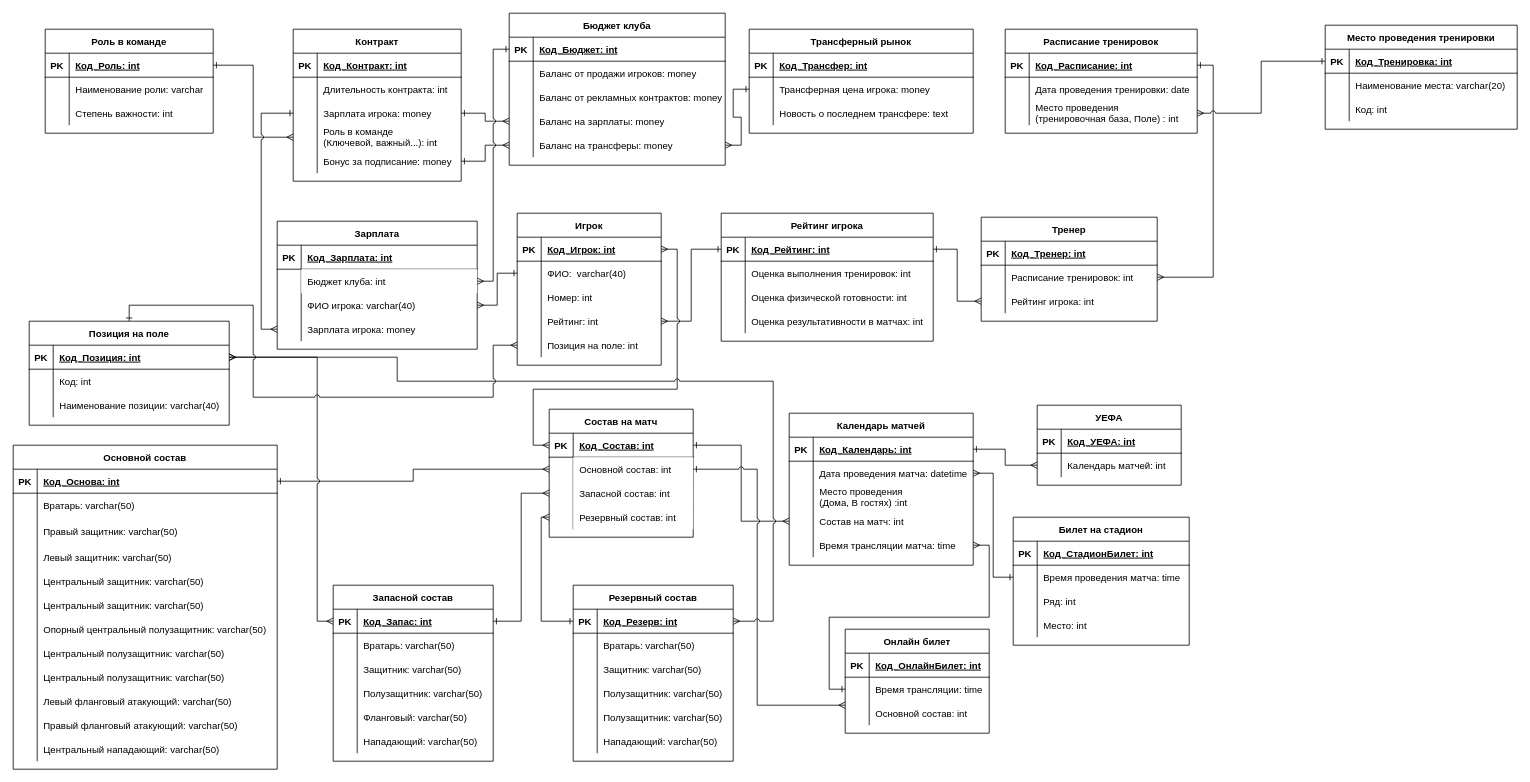
Before: page "Page-1" (1 of 2) of ER Diagramm.drawio in Alexsander996/football, a draw.io diagram. Source tidied: cells renumbered, new cells numbered last; positions are measured from the earlier drawing's top-left corner, leaving out a move shared by most shapes. Both pictures are drawn from the tidied source at 80%, with x=0, y=0 at pixel (13, 13).
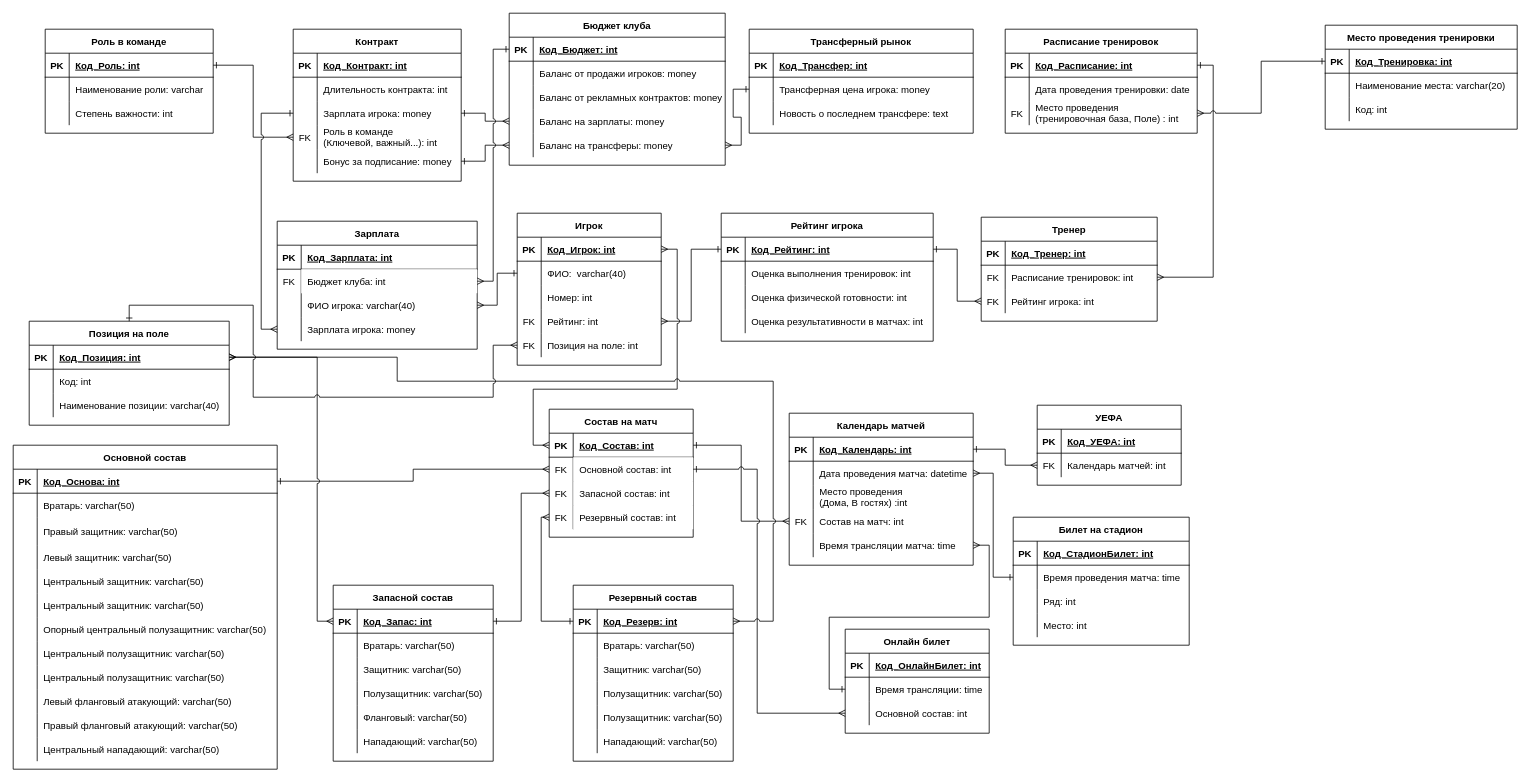
Above is the later version.

Unchanged cells that the change refers to:
```xml
<mxCell id="6" style="shape=partialRectangle;fillColor=none;top=0;left=0;bottom=0;right=0;points=[[0,0.5],[1,0.5]];portConstraint=eastwest;" parent="2" vertex="1">
  <mxGeometry y="60" width="250" height="30" as="geometry" />
</mxCell>
<mxCell id="22" style="shape=partialRectangle;fillColor=none;top=0;left=0;bottom=0;right=0;points=[[0,0.5],[1,0.5]];portConstraint=eastwest;" parent="15" vertex="1">
  <mxGeometry y="90" width="240" height="30" as="geometry" />
</mxCell>
<mxCell id="35" style="shape=partialRectangle;fillColor=none;top=0;left=0;bottom=0;right=0;points=[[0,0.5],[1,0.5]];portConstraint=eastwest;" parent="25" vertex="1">
  <mxGeometry y="120" width="230" height="30" as="geometry" />
</mxCell>
<mxCell id="55" style="shape=partialRectangle;fillColor=none;top=0;left=0;bottom=0;right=0;points=[[0,0.5],[1,0.5]];portConstraint=eastwest;" parent="51" vertex="1">
  <mxGeometry y="60" width="180" height="30" as="geometry" />
</mxCell>
<mxCell id="58" style="shape=partialRectangle;fillColor=none;top=0;left=0;bottom=0;right=0;points=[[0,0.5],[1,0.5]];portConstraint=eastwest;" parent="51" vertex="1">
  <mxGeometry y="90" width="180" height="30" as="geometry" />
</mxCell>
<mxCell id="61" style="shape=partialRectangle;fillColor=none;top=0;left=0;bottom=0;right=0;points=[[0,0.5],[1,0.5]];portConstraint=eastwest;" parent="51" vertex="1">
  <mxGeometry y="120" width="180" height="30" as="geometry" />
</mxCell>
<mxCell id="90" style="shape=partialRectangle;fillColor=none;top=0;left=0;bottom=0;right=0;points=[[0,0.5],[1,0.5]];portConstraint=eastwest;" parent="80" vertex="1">
  <mxGeometry y="120" width="210" height="30" as="geometry" />
</mxCell>
<mxCell id="103" style="shape=partialRectangle;fillColor=none;top=0;left=0;bottom=0;right=0;points=[[0,0.5],[1,0.5]];portConstraint=eastwest;" parent="96" vertex="1">
  <mxGeometry y="90" width="180" height="30" as="geometry" />
</mxCell>
<mxCell id="129" style="shape=partialRectangle;fillColor=none;top=0;left=0;bottom=0;right=0;points=[[0,0.5],[1,0.5]];portConstraint=eastwest;" parent="119" vertex="1">
  <mxGeometry y="120" width="180" height="30" as="geometry" />
</mxCell>
<mxCell id="132" style="shape=partialRectangle;fillColor=none;top=0;left=0;bottom=0;right=0;points=[[0,0.5],[1,0.5]];portConstraint=eastwest;" parent="119" vertex="1">
  <mxGeometry y="150" width="180" height="30" as="geometry" />
</mxCell>
<mxCell id="171" style="shape=partialRectangle;fillColor=none;top=0;left=0;bottom=0;right=0;points=[[0,0.5],[1,0.5]];portConstraint=eastwest;" parent="167" vertex="1">
  <mxGeometry y="60" width="220" height="30" as="geometry" />
</mxCell>
<mxCell id="174" style="shape=partialRectangle;fillColor=none;top=0;left=0;bottom=0;right=0;points=[[0,0.5],[1,0.5]];portConstraint=eastwest;" parent="167" vertex="1">
  <mxGeometry y="90" width="220" height="30" as="geometry" />
</mxCell>
<mxCell id="181" style="shape=partialRectangle;fillColor=none;top=0;left=0;bottom=0;right=0;points=[[0,0.5],[1,0.5]];portConstraint=eastwest;" parent="177" vertex="1">
  <mxGeometry y="60" width="180" height="30" as="geometry" />
</mxCell>
```

Diff of the diagram source:
```diff
@@
-    <mxCell id="7" style="shape=partialRectangle;fillColor=none;top=0;left=0;bottom=0;right=0;overflow=hidden;" parent="6" vertex="1">
+    <mxCell id="7" value="FK" style="shape=partialRectangle;fillColor=none;top=0;left=0;bottom=0;right=0;overflow=hidden;" parent="6" vertex="1">
       <mxGeometry width="30" height="30" as="geometry" />
     </mxCell>
@@
-    <mxCell id="23" style="shape=partialRectangle;fillColor=none;top=0;left=0;bottom=0;right=0;overflow=hidden;" parent="22" vertex="1">
+    <mxCell id="23" value="FK" style="shape=partialRectangle;fillColor=none;top=0;left=0;bottom=0;right=0;overflow=hidden;" parent="22" vertex="1">
       <mxGeometry width="30" height="30" as="geometry" />
     </mxCell>
@@
-    <mxCell id="36" style="shape=partialRectangle;fillColor=none;top=0;left=0;bottom=0;right=0;overflow=hidden;" parent="35" vertex="1">
+    <mxCell id="36" value="FK" style="shape=partialRectangle;fillColor=none;top=0;left=0;bottom=0;right=0;overflow=hidden;" parent="35" vertex="1">
       <mxGeometry width="30" height="30" as="geometry" />
     </mxCell>
@@
-    <mxCell id="56" style="shape=partialRectangle;fillColor=none;top=0;left=0;bottom=0;right=0;overflow=hidden;" parent="55" vertex="1">
+    <mxCell id="56" value="FK" style="shape=partialRectangle;fillColor=none;top=0;left=0;bottom=0;right=0;overflow=hidden;" parent="55" vertex="1">
       <mxGeometry width="30" height="30" as="geometry" />
     </mxCell>
@@
-    <mxCell id="59" style="shape=partialRectangle;fillColor=none;top=0;left=0;bottom=0;right=0;overflow=hidden;" parent="58" vertex="1">
+    <mxCell id="59" value="FK" style="shape=partialRectangle;fillColor=none;top=0;left=0;bottom=0;right=0;overflow=hidden;" parent="58" vertex="1">
       <mxGeometry width="30" height="30" as="geometry" />
     </mxCell>
@@
-    <mxCell id="62" style="shape=partialRectangle;fillColor=none;top=0;left=0;bottom=0;right=0;overflow=hidden;" parent="61" vertex="1">
+    <mxCell id="62" value="FK" style="shape=partialRectangle;fillColor=none;top=0;left=0;bottom=0;right=0;overflow=hidden;" parent="61" vertex="1">
       <mxGeometry width="30" height="30" as="geometry" />
     </mxCell>
@@
-    <mxCell id="91" style="shape=partialRectangle;fillColor=none;top=0;left=0;bottom=0;right=0;overflow=hidden;" parent="90" vertex="1">
+    <mxCell id="91" value="FK" style="shape=partialRectangle;fillColor=none;top=0;left=0;bottom=0;right=0;overflow=hidden;" parent="90" vertex="1">
       <mxGeometry width="30" height="30" as="geometry" />
     </mxCell>
@@
-    <mxCell id="130" style="shape=partialRectangle;fillColor=none;top=0;left=0;bottom=0;right=0;overflow=hidden;" parent="129" vertex="1">
+    <mxCell id="130" value="FK" style="shape=partialRectangle;fillColor=none;top=0;left=0;bottom=0;right=0;overflow=hidden;" parent="129" vertex="1">
       <mxGeometry width="30" height="30" as="geometry" />
     </mxCell>
@@
-    <mxCell id="133" style="shape=partialRectangle;fillColor=none;top=0;left=0;bottom=0;right=0;overflow=hidden;" parent="132" vertex="1">
+    <mxCell id="133" value="FK" style="shape=partialRectangle;fillColor=none;top=0;left=0;bottom=0;right=0;overflow=hidden;" parent="132" vertex="1">
       <mxGeometry width="30" height="30" as="geometry" />
     </mxCell>
@@
-    <mxCell id="172" style="shape=partialRectangle;fillColor=none;top=0;left=0;bottom=0;right=0;overflow=hidden;" parent="171" vertex="1">
+    <mxCell id="172" value="FK" style="shape=partialRectangle;fillColor=none;top=0;left=0;bottom=0;right=0;overflow=hidden;" parent="171" vertex="1">
       <mxGeometry width="30" height="30" as="geometry" />
     </mxCell>
@@
-    <mxCell id="175" style="shape=partialRectangle;fillColor=none;top=0;left=0;bottom=0;right=0;overflow=hidden;" parent="174" vertex="1">
+    <mxCell id="175" value="FK" style="shape=partialRectangle;fillColor=none;top=0;left=0;bottom=0;right=0;overflow=hidden;" parent="174" vertex="1">
       <mxGeometry width="30" height="30" as="geometry" />
     </mxCell>
@@
-    <mxCell id="182" style="shape=partialRectangle;fillColor=none;top=0;left=0;bottom=0;right=0;overflow=hidden;" parent="181" vertex="1">
+    <mxCell id="182" value="FK" style="shape=partialRectangle;fillColor=none;top=0;left=0;bottom=0;right=0;overflow=hidden;" parent="181" vertex="1">
       <mxGeometry width="30" height="30" as="geometry" />
     </mxCell>
@@
-    <mxCell id="266" style="edgeStyle=orthogonalEdgeStyle;rounded=0;jettySize=auto;html=1;entryX=1;entryY=0.5;entryDx=0;entryDy=0;startArrow=ERmany;startFill=0;endArrow=ERone;endFill=0;jumpStyle=arc;" parent="1" edge="1" source="103" target="55">
+    <mxCell id="266" style="edgeStyle=orthogonalEdgeStyle;rounded=0;jettySize=auto;html=1;entryX=1;entryY=0.5;entryDx=0;entryDy=0;startArrow=ERmany;startFill=0;endArrow=ERone;endFill=0;jumpStyle=arc;exitX=0;exitY=0.5;exitDx=0;exitDy=0;" parent="1" edge="1" source="103" target="55">
       <mxGeometry relative="1" as="geometry">
         <Array as="points">
-          <mxPoint x="930" y="865" />
+          <mxPoint x="930" y="875" />
           <mxPoint x="930" y="570" />
         </Array>
       </mxGeometry>
     </mxCell>
```
